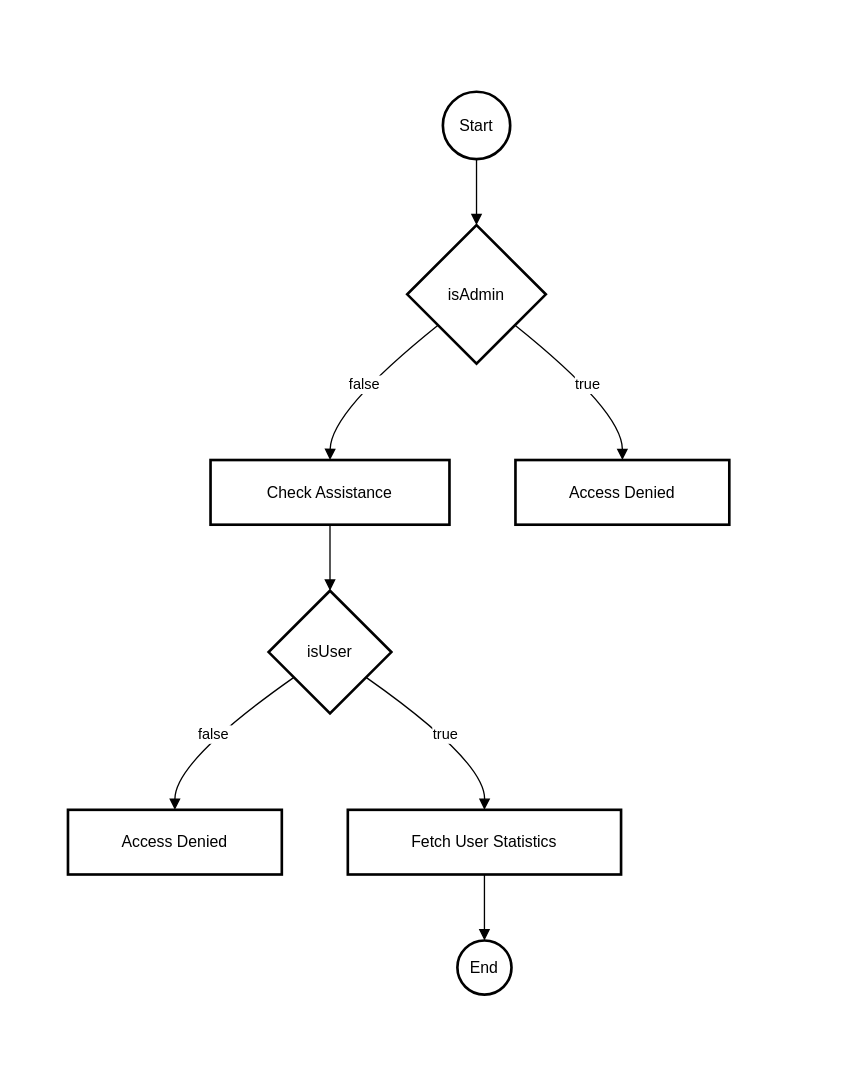
This is Asistencia.drawio from VictorCueto9/ProyectoEncuentas, a draw.io file, before an edit. Source tidied: cells renumbered, new cells numbered last; positions are measured from the earlier drawing's top-left corner, leaving out a move shared by most shapes. Both pictures are drawn from the tidied source at 132%, with x=0, y=0 at pixel (67, 91).
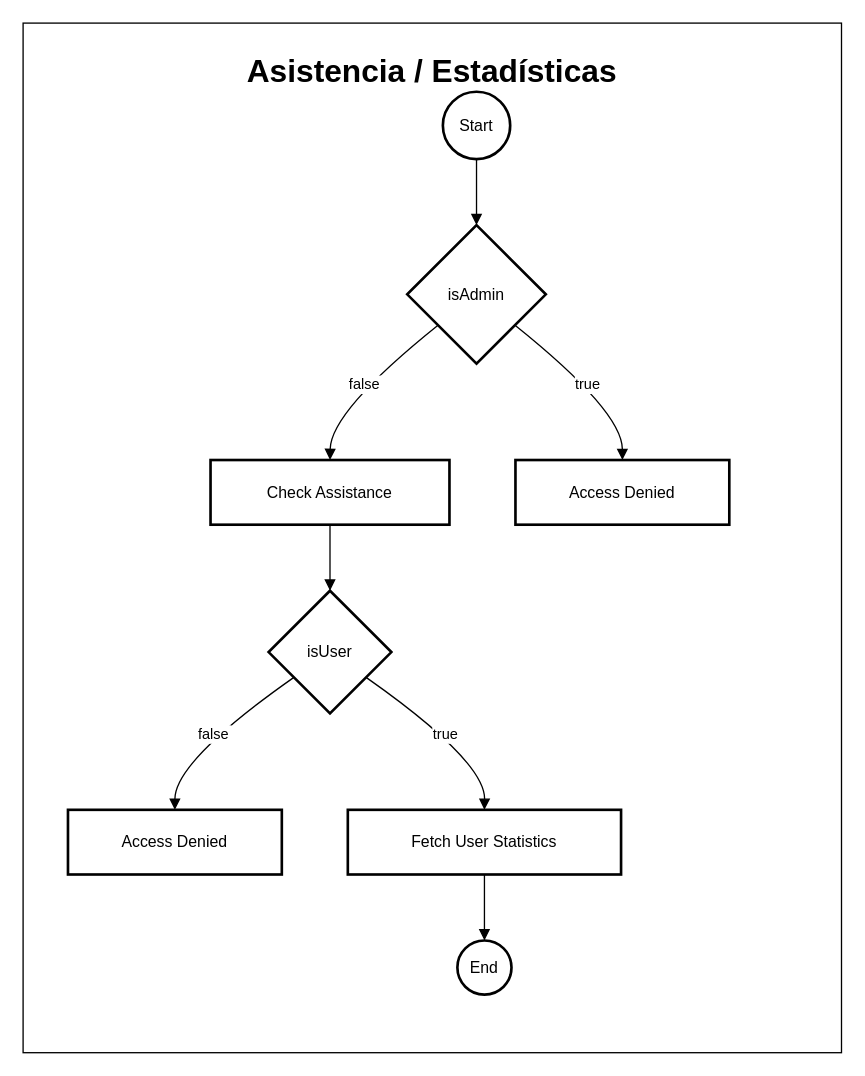
Above is the later version.

Change to the diagram source:
```diff
@@
+    <mxCell id="17" value="&lt;h1&gt;Asistencia / Estadísticas&lt;/h1&gt;" style="rounded=0;whiteSpace=wrap;html=1;verticalAlign=top;" parent="1" vertex="1">
+      <mxGeometry x="-34" y="-52" width="620" height="780" as="geometry" />
+    </mxCell>
```
